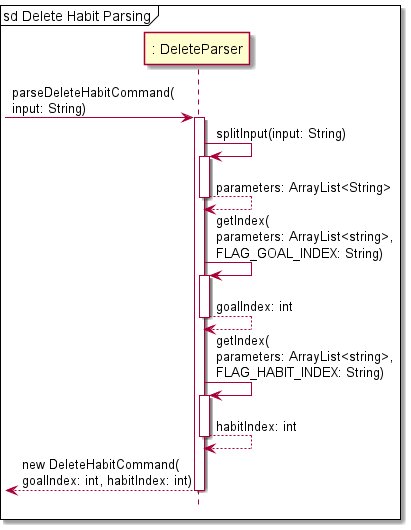
Before: docs/Diagram_Images/Implementation_Diagram_Images/DeleteHabitCommandParserSequenceDiagram.png, a diagram exported from PlantUML (nus-cs2113-AY2122S1/tp).
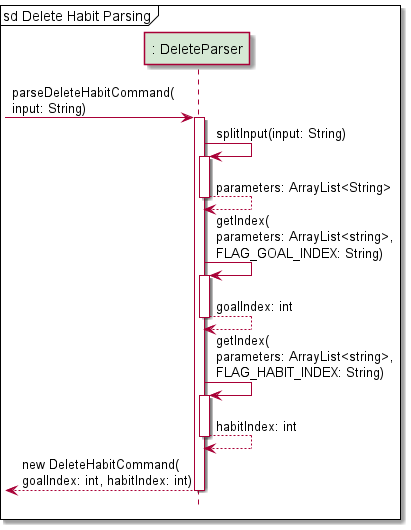
After the commit.

Commit message:
Colour for Delete Parser

The edit, as a diff of the source:
```diff
@@ -2,20 +2,22 @@
 
 !include Style.puml
 
+participant ": DeleteParser" as DeleteParser PARSER_COLOUR
+
 mainframe sd Delete Habit Parsing
 
--> ": DeleteParser": parseDeleteHabitCommand(\ninput: String)
-activate ": DeleteParser"
-": DeleteParser"-> ": DeleteParser": splitInput(input: String)
-activate ": DeleteParser"
+-> DeleteParser: parseDeleteHabitCommand(\ninput: String)
+activate DeleteParser
+DeleteParser-> DeleteParser: splitInput(input: String)
+activate DeleteParser
 return parameters: ArrayList<String>
 
-": DeleteParser"-> ": DeleteParser": getIndex(\nparameters: ArrayList<string>,\nFLAG_GOAL_INDEX: String)
-activate ": DeleteParser"
+DeleteParser-> DeleteParser: getIndex(\nparameters: ArrayList<string>,\nFLAG_GOAL_INDEX: String)
+activate DeleteParser
 return goalIndex: int
 
-": DeleteParser"-> ": DeleteParser": getIndex(\nparameters: ArrayList<string>,\nFLAG_HABIT_INDEX: String)
-activate ": DeleteParser"
+DeleteParser-> DeleteParser: getIndex(\nparameters: ArrayList<string>,\nFLAG_HABIT_INDEX: String)
+activate DeleteParser
 return habitIndex: int
 
 return new DeleteHabitCommand(\ngoalIndex: int, habitIndex: int)
```
